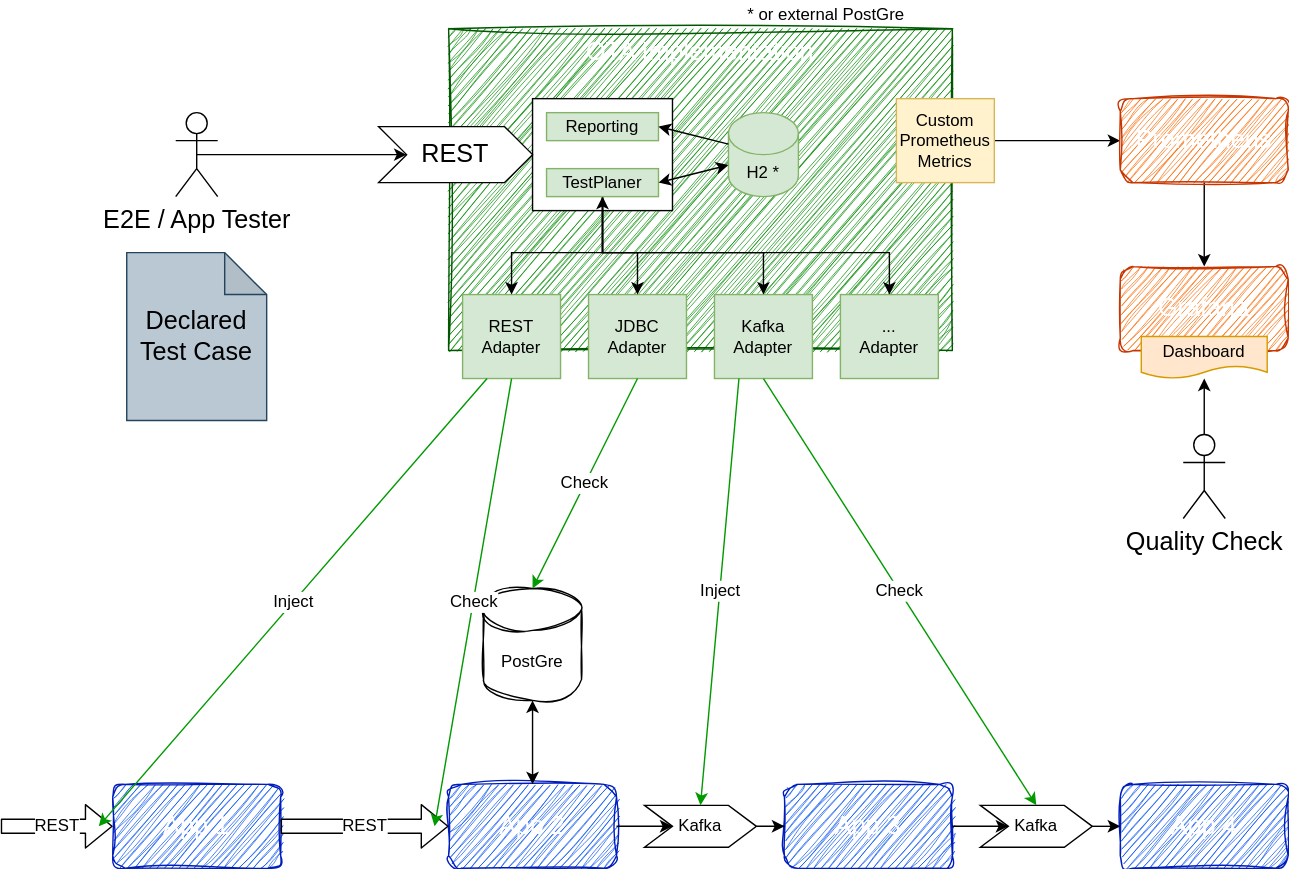
Before: architecture/ota.drawio.svg, a diagram exported from draw.io (opentestingapi/impl_java). Source tidied: cells renumbered, new cells last; positions are measured from the earlier drawing's top-left corner, leaving out a move shared by most shapes.
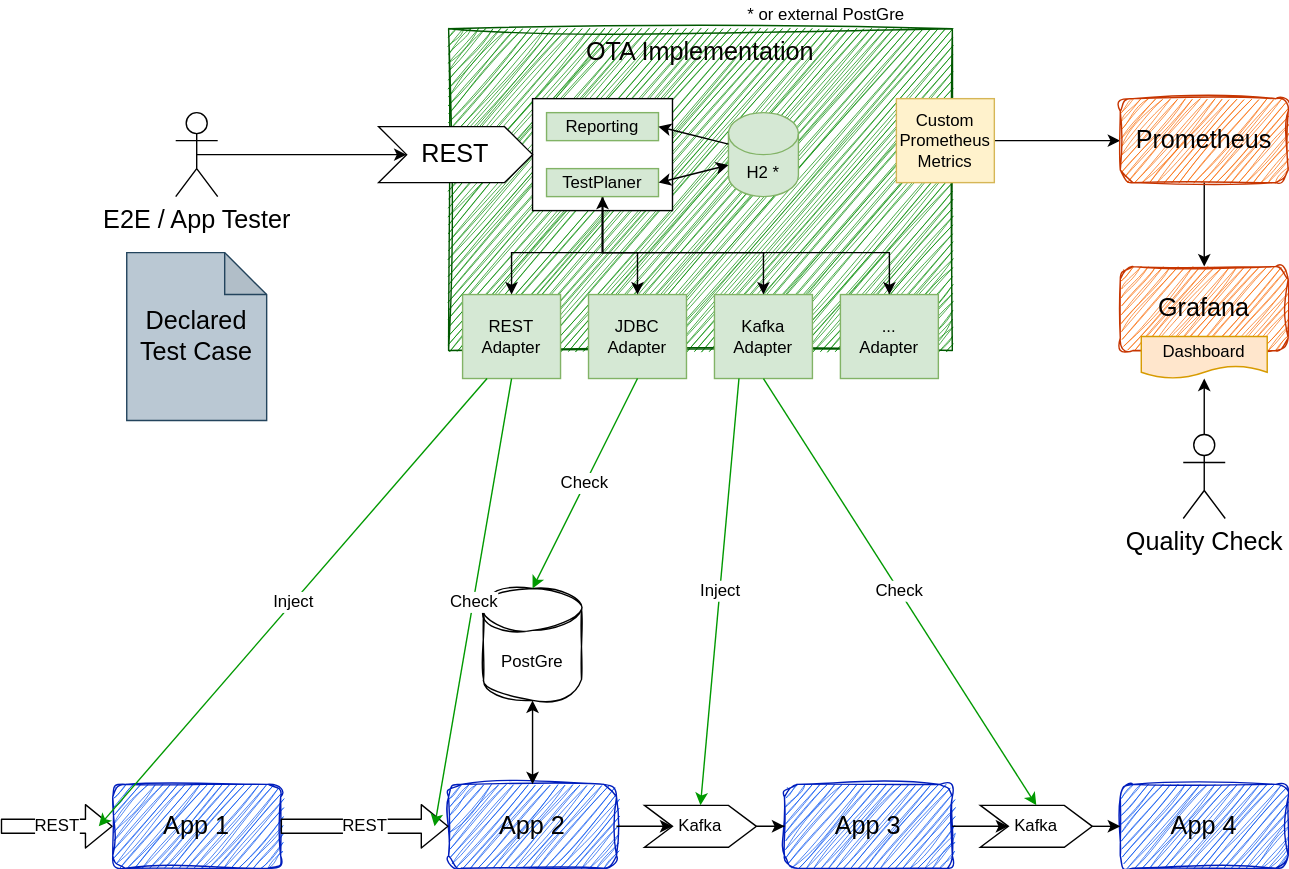
After the commit.

Diff of the diagram source:
```diff
@@ -2,22 +2,22 @@
   <root>
     <mxCell id="0" />
     <mxCell id="1" parent="0" />
-    <mxCell id="2" value="OTA Implementation" style="rounded=0;whiteSpace=wrap;html=1;fontSize=18;fillColor=#008a00;strokeColor=#005700;fontColor=#ffffff;verticalAlign=top;sketch=1;curveFitting=1;jiggle=2;shadow=0;glass=0;" parent="1" vertex="1">
+    <mxCell id="2" value="&lt;font color=&quot;#050000&quot;&gt;OTA Implementation&lt;/font&gt;" style="rounded=0;whiteSpace=wrap;html=1;fontSize=18;fillColor=#008a00;strokeColor=#005700;fontColor=#ffffff;verticalAlign=top;sketch=1;curveFitting=1;jiggle=2;shadow=0;glass=0;" parent="1" vertex="1">
       <mxGeometry x="320" y="20" width="360" height="230" as="geometry" />
     </mxCell>
     <mxCell id="3" style="rounded=0;whiteSpace=wrap;html=1;fontSize=12;" parent="1" vertex="1">
       <mxGeometry x="380" y="70" width="100" height="80" as="geometry" />
     </mxCell>
-    <mxCell id="4" value="App 3" style="rounded=1;whiteSpace=wrap;html=1;fillColor=#0050ef;strokeColor=#001DBC;fontColor=#ffffff;fontSize=18;sketch=1;curveFitting=1;jiggle=2;" parent="1" vertex="1">
+    <mxCell id="4" value="App 3" style="rounded=1;whiteSpace=wrap;html=1;fillColor=#0050ef;strokeColor=#001DBC;fontColor=#000000;fontSize=18;sketch=1;curveFitting=1;jiggle=2;" parent="1" vertex="1">
       <mxGeometry x="560" y="560" width="120" height="60" as="geometry" />
     </mxCell>
-    <mxCell id="5" value="App 1" style="rounded=1;whiteSpace=wrap;html=1;fillColor=#0050ef;strokeColor=#001DBC;fontColor=#ffffff;fontSize=18;sketch=1;curveFitting=1;jiggle=2;" parent="1" vertex="1">
+    <mxCell id="5" value="App 1" style="rounded=1;whiteSpace=wrap;html=1;fillColor=#0050ef;strokeColor=#001DBC;fontColor=#000000;fontSize=18;sketch=1;curveFitting=1;jiggle=2;" parent="1" vertex="1">
       <mxGeometry x="80" y="560" width="120" height="60" as="geometry" />
     </mxCell>
-    <mxCell id="6" value="App 2" style="rounded=1;whiteSpace=wrap;html=1;fillColor=#0050ef;strokeColor=#001DBC;fontColor=#ffffff;fontSize=18;sketch=1;curveFitting=1;jiggle=2;" parent="1" vertex="1">
+    <mxCell id="6" value="App 2" style="rounded=1;whiteSpace=wrap;html=1;fillColor=#0050ef;strokeColor=#001DBC;fontColor=#000000;fontSize=18;sketch=1;curveFitting=1;jiggle=2;" parent="1" vertex="1">
       <mxGeometry x="320" y="560" width="120" height="60" as="geometry" />
     </mxCell>
-    <mxCell id="7" value="App 4" style="rounded=1;whiteSpace=wrap;html=1;fillColor=#0050ef;strokeColor=#001DBC;fontColor=#ffffff;fontSize=18;sketch=1;curveFitting=1;jiggle=2;" parent="1" vertex="1">
+    <mxCell id="7" value="App 4" style="rounded=1;whiteSpace=wrap;html=1;fillColor=#0050ef;strokeColor=#001DBC;fontColor=#000000;fontSize=18;sketch=1;curveFitting=1;jiggle=2;" parent="1" vertex="1">
       <mxGeometry x="800" y="560" width="120" height="60" as="geometry" />
     </mxCell>
     <mxCell id="8" style="edgeStyle=orthogonalEdgeStyle;rounded=0;jettySize=auto;html=1;exitX=0.5;exitY=0.5;exitDx=0;exitDy=0;exitPerimeter=0;entryX=0;entryY=0.5;entryDx=0;entryDy=0;fontSize=18;" parent="1" edge="1" source="9" target="10">
@@ -106,10 +106,10 @@
     <mxCell id="33" style="edgeStyle=orthogonalEdgeStyle;rounded=0;jettySize=auto;html=1;entryX=0.5;entryY=0;entryDx=0;entryDy=0;strokeColor=#000000;fontSize=18;" parent="1" edge="1" source="34" target="35">
       <mxGeometry relative="1" as="geometry" />
     </mxCell>
-    <mxCell id="34" value="Prometheus" style="rounded=1;whiteSpace=wrap;html=1;fontSize=18;fillColor=#fa6800;strokeColor=#C73500;fontColor=#ffffff;sketch=1;curveFitting=1;jiggle=2;" parent="1" vertex="1">
+    <mxCell id="34" value="&lt;font color=&quot;#000000&quot;&gt;Prometheus&lt;/font&gt;" style="rounded=1;whiteSpace=wrap;html=1;fontSize=18;fillColor=#fa6800;strokeColor=#C73500;fontColor=#ffffff;sketch=1;curveFitting=1;jiggle=2;" parent="1" vertex="1">
       <mxGeometry x="800" y="70" width="120" height="60" as="geometry" />
     </mxCell>
-    <mxCell id="35" value="Grafana" style="rounded=1;whiteSpace=wrap;html=1;fontSize=18;fillColor=#fa6800;strokeColor=#C73500;fontColor=#ffffff;sketch=1;curveFitting=1;jiggle=2;" parent="1" vertex="1">
+    <mxCell id="35" value="&lt;font color=&quot;#000000&quot;&gt;Grafana&lt;/font&gt;" style="rounded=1;whiteSpace=wrap;html=1;fontSize=18;fillColor=#fa6800;strokeColor=#C73500;fontColor=#ffffff;sketch=1;curveFitting=1;jiggle=2;" parent="1" vertex="1">
       <mxGeometry x="800" y="190" width="120" height="60" as="geometry" />
     </mxCell>
     <mxCell id="36" style="edgeStyle=orthogonalEdgeStyle;rounded=0;jettySize=auto;html=1;strokeColor=#000000;fontSize=12;" parent="1" edge="1" source="37" target="38">
```
